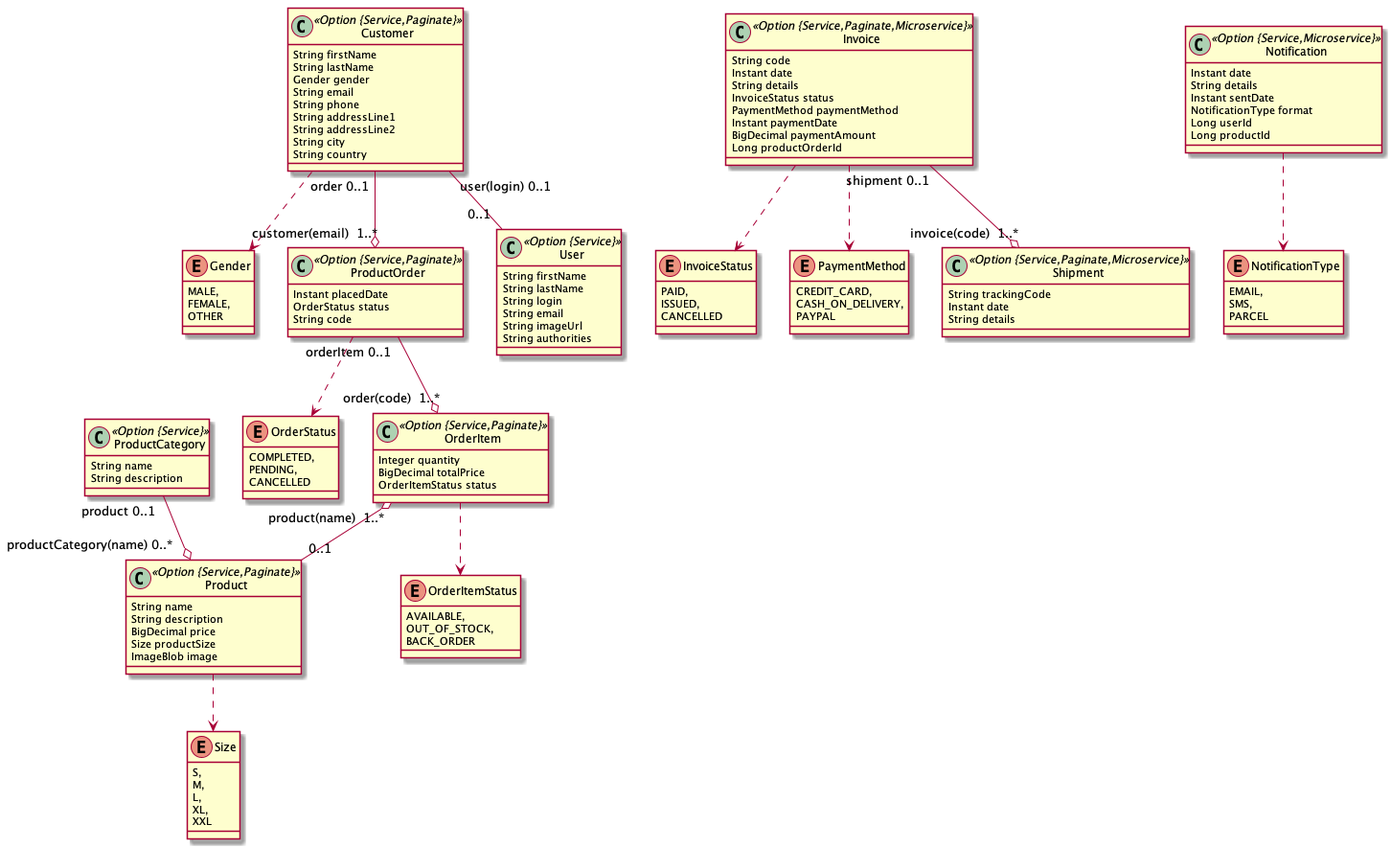
LukasWoodtli/FullStackDevelopmentWithJHipster keeps this PlantUML diagram as app.png. Above is the earlier version. The source it was exported from:
```plantuml
@startuml
	!pragma syntax class
	class Product <<Option {Service,Paginate}>> {
		String name
		String description
		BigDecimal price
		Size productSize
		ImageBlob image
	}
	Product ..> Size
	enum Size {
		S,
		M,
		L,
		XL,
		XXL
	}
	class ProductCategory <<Option {Service}>> {
		String name
		String description
	}
	class Customer <<Option {Service,Paginate}>> {
		String firstName
		String lastName
		Gender gender
		String email
		String phone
		String addressLine1
		String addressLine2
		String city
		String country
	}
	Customer ..> Gender
	enum Gender {
		MALE,
		FEMALE,
		OTHER
	}
	class ProductOrder <<Option {Service,Paginate}>> {
		Instant placedDate
		OrderStatus status
		String code
	}
	ProductOrder ..> OrderStatus
	enum OrderStatus {
		COMPLETED,
		PENDING,
		CANCELLED
	}
	class OrderItem <<Option {Service,Paginate}>> {
		Integer quantity
		BigDecimal totalPrice
		OrderItemStatus status
	}
	OrderItem ..> OrderItemStatus
	enum OrderItemStatus {
		AVAILABLE,
		OUT_OF_STOCK,
		BACK_ORDER
	}
	Customer  "user(login) 0..1 " -- "0..1 "  User
	OrderItem  "product(name)  1..* " o-- "0..1 "  Product
	Customer  "order 0..1 " --o "customer(email)  1..* "  ProductOrder
	ProductOrder  "orderItem 0..1 " --o "order(code)  1..* "  OrderItem
	ProductCategory  "product 0..1 " --o "productCategory(name) 0..* "  Product
	class Invoice <<Option {Service,Paginate,Microservice}>> {
		String code
		Instant date
		String details
		InvoiceStatus status
		PaymentMethod paymentMethod
		Instant paymentDate
		BigDecimal paymentAmount
		Long productOrderId
	}
	Invoice ..> InvoiceStatus
	Invoice ..> PaymentMethod
	enum InvoiceStatus {
		PAID,
		ISSUED,
		CANCELLED
	}
	enum PaymentMethod {
		CREDIT_CARD,
		CASH_ON_DELIVERY,
		PAYPAL
	}
	class Shipment <<Option {Service,Paginate,Microservice}>> {
		String trackingCode
		Instant date
		String details
	}
	Invoice  "shipment 0..1 " --o "invoice(code)  1..* "  Shipment
	class Notification <<Option {Service,Microservice}>> {
		Instant date
		String details
		Instant sentDate
		NotificationType format
		Long userId
		Long productId
	}
	Notification ..> NotificationType
	enum NotificationType {
		EMAIL,
		SMS,
		PARCEL
	}
	class User <<Option {Service}>> {
		String firstName
		String lastName
		String login
		String email
		String imageUrl
		String authorities
	}
@enduml
```
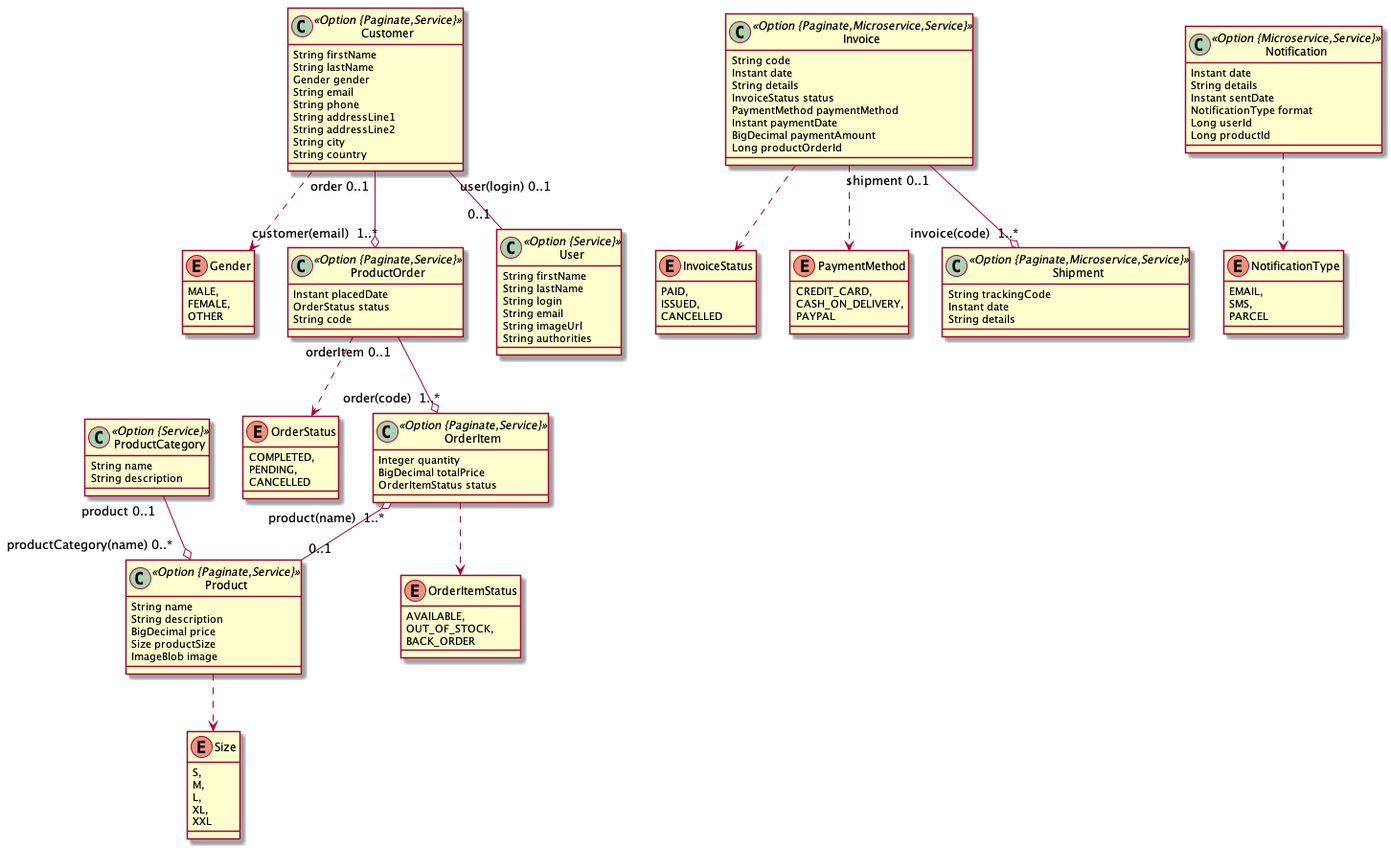
After the change.

Change to the diagram source:
```diff
@@ -1,6 +1,6 @@
 @startuml
 	!pragma syntax class
-	class Product <<Option {Service,Paginate}>> {
+	class Product <<Option {Paginate,Service}>> {
 		String name
 		String description
 		BigDecimal price
@@ -19,7 +19,7 @@
 		String name
 		String description
 	}
-	class Customer <<Option {Service,Paginate}>> {
+	class Customer <<Option {Paginate,Service}>> {
 		String firstName
 		String lastName
 		Gender gender
@@ -36,7 +36,7 @@
 		FEMALE,
 		OTHER
 	}
-	class ProductOrder <<Option {Service,Paginate}>> {
+	class ProductOrder <<Option {Paginate,Service}>> {
 		Instant placedDate
 		OrderStatus status
 		String code
@@ -47,7 +47,7 @@
 		PENDING,
 		CANCELLED
 	}
-	class OrderItem <<Option {Service,Paginate}>> {
+	class OrderItem <<Option {Paginate,Service}>> {
 		Integer quantity
 		BigDecimal totalPrice
 		OrderItemStatus status
@@ -63,7 +63,7 @@
 	Customer  "order 0..1 " --o "customer(email)  1..* "  ProductOrder
 	ProductOrder  "orderItem 0..1 " --o "order(code)  1..* "  OrderItem
 	ProductCategory  "product 0..1 " --o "productCategory(name) 0..* "  Product
-	class Invoice <<Option {Service,Paginate,Microservice}>> {
+	class Invoice <<Option {Paginate,Microservice,Service}>> {
 		String code
 		Instant date
 		String details
@@ -85,13 +85,13 @@
 		CASH_ON_DELIVERY,
 		PAYPAL
 	}
-	class Shipment <<Option {Service,Paginate,Microservice}>> {
+	class Shipment <<Option {Paginate,Microservice,Service}>> {
 		String trackingCode
 		Instant date
 		String details
 	}
 	Invoice  "shipment 0..1 " --o "invoice(code)  1..* "  Shipment
-	class Notification <<Option {Service,Microservice}>> {
+	class Notification <<Option {Microservice,Service}>> {
 		Instant date
 		String details
 		Instant sentDate
```
